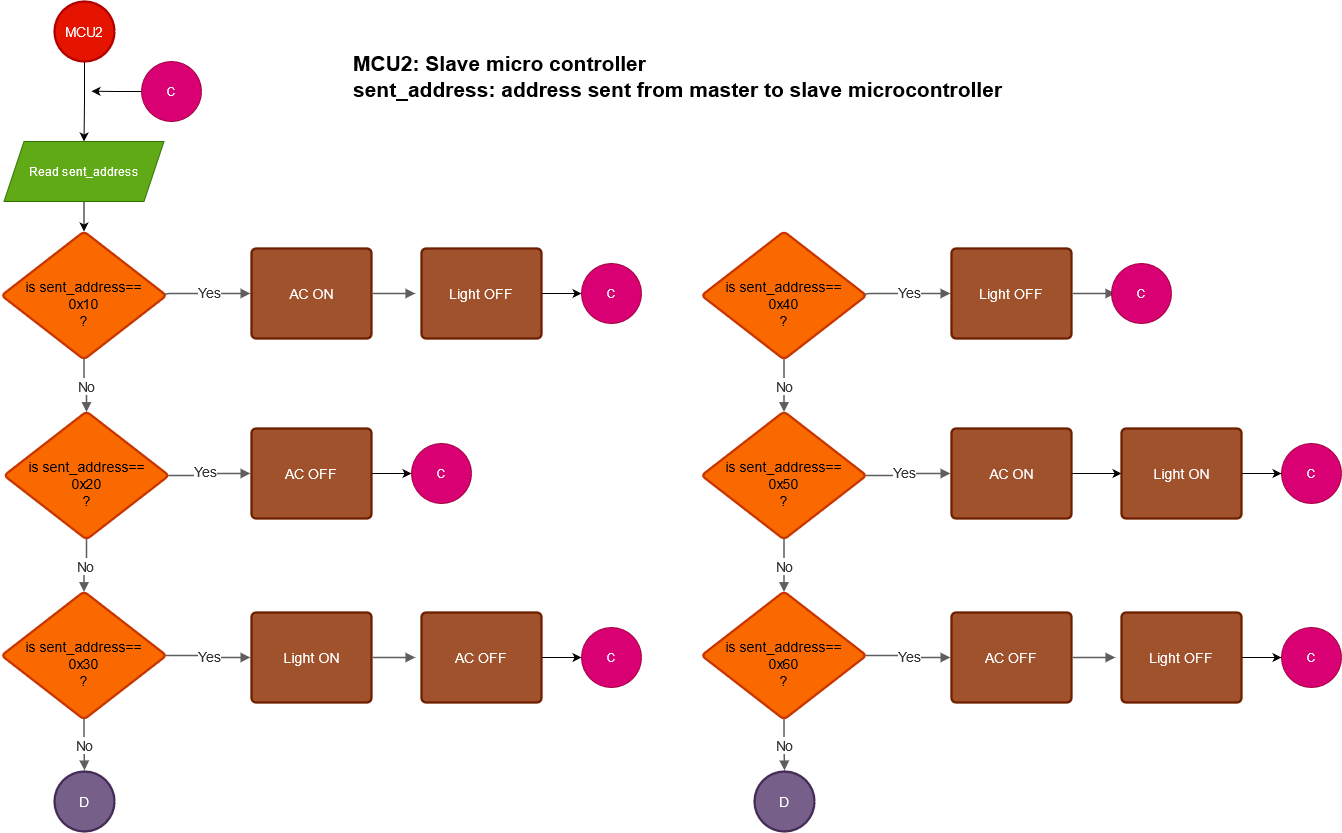
Above: slaveflowchart.png in Orabya/Smart-home (draw.io), before the change. Source tidied: cells renumbered, new cells last; positions are measured from the earlier drawing's top-left corner, leaving out a move shared by most shapes.
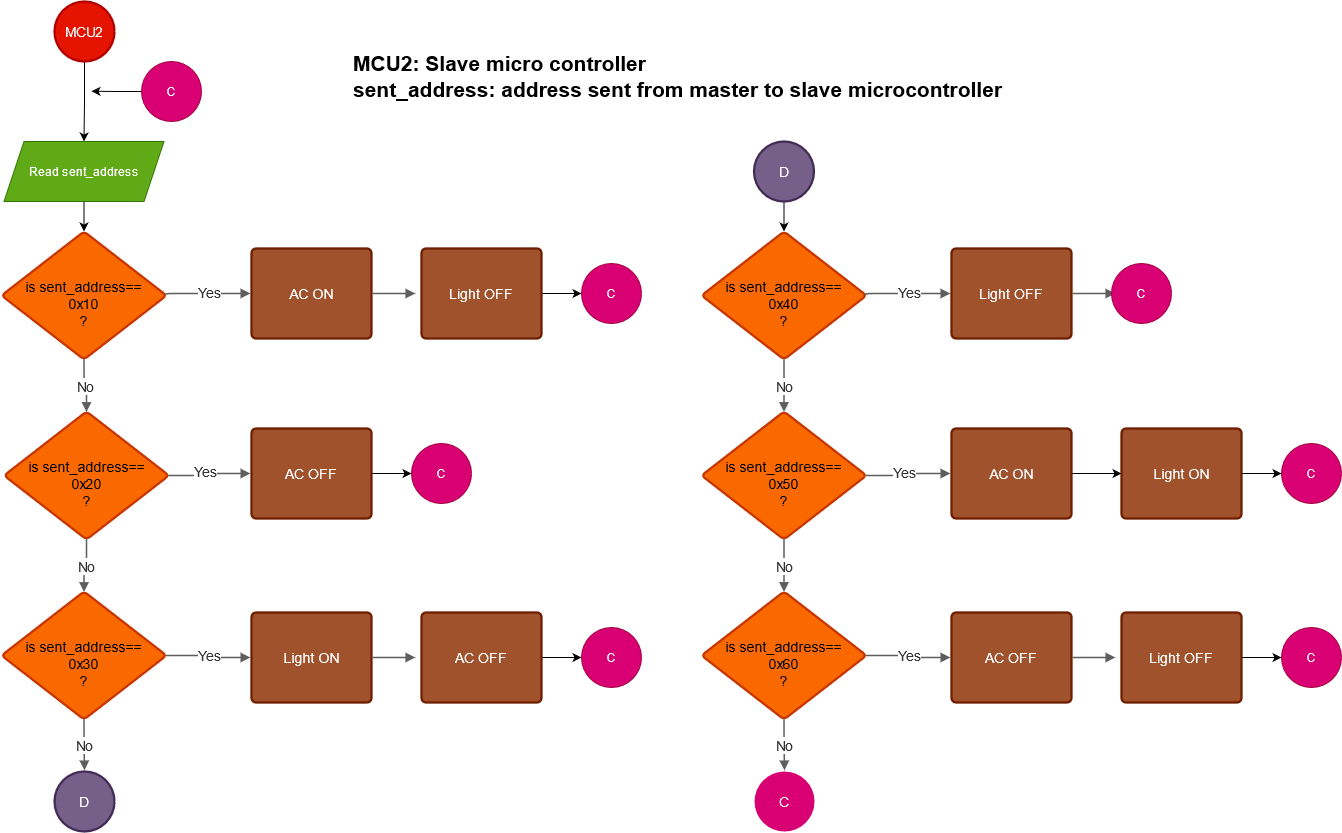
The same file after the commit.

What changed in the source:
```diff
@@ -133,7 +133,7 @@
     <mxCell id="40" value="&lt;div&gt;&lt;br&gt;&lt;/div&gt;&lt;div&gt;is sent_address==&lt;/div&gt;&lt;div&gt;0x60&lt;/div&gt;&lt;div&gt; ?&lt;/div&gt;" style="html=1;overflow=block;blockSpacing=1;whiteSpace=wrap;rhombus;whiteSpace=wrap;fontSize=14;spacing=3.8;strokeOpacity=100;rounded=1;absoluteArcSize=1;arcSize=9;strokeWidth=2.3;fontStyle=0;fillColor=#fa6800;strokeColor=#C73500;fontColor=#000000;" parent="1" vertex="1">
       <mxGeometry x="700" y="590" width="165" height="128" as="geometry" />
     </mxCell>
-    <mxCell id="41" value="D" style="html=1;overflow=block;blockSpacing=1;whiteSpace=wrap;ellipse;whiteSpace=wrap;fontSize=14;spacing=3.8;strokeColor=#432D57;strokeOpacity=100;rounded=1;absoluteArcSize=1;arcSize=9;strokeWidth=2.3;fontStyle=0;fillColor=#76608a;fontColor=#ffffff;" parent="1" vertex="1">
+    <mxCell id="41" value="C" style="html=1;overflow=block;blockSpacing=1;whiteSpace=wrap;ellipse;whiteSpace=wrap;fontSize=14;spacing=3.8;strokeOpacity=100;rounded=1;absoluteArcSize=1;arcSize=9;strokeWidth=2.3;fontStyle=0;fontColor=#ffffff;fillColor=#d80073;strokeColor=none;" parent="1" vertex="1">
       <mxGeometry x="753" y="770" width="60" height="60" as="geometry" />
     </mxCell>
     <mxCell id="42" style="html=1;jettySize=18;whiteSpace=wrap;fontSize=14;fontColor=#333333;fontStyle=0;strokeColor=#5E5E5E;strokeWidth=1.5;rounded=1;arcSize=12;edgeStyle=orthogonalEdgeStyle;startArrow=none;endArrow=block;endFill=1;exitX=0.994;exitY=0.5;exitPerimeter=0;entryX=-0.009;entryY=0.5;entryPerimeter=0;" parent="1" edge="1" source="38" target="44">
@@ -229,5 +229,11 @@
     <mxCell id="68" value="&lt;div style=&quot;font-size: 21px&quot; align=&quot;left&quot;&gt;&lt;font style=&quot;font-size: 21px&quot;&gt;&lt;b&gt;&lt;font style=&quot;font-size: 21px&quot;&gt;MCU2: Slave micro controller&lt;/font&gt;&lt;/b&gt;&lt;/font&gt;&lt;/div&gt;&lt;div style=&quot;font-size: 21px&quot; align=&quot;left&quot;&gt;&lt;font style=&quot;font-size: 21px&quot;&gt;&lt;b&gt;&lt;font style=&quot;font-size: 21px&quot;&gt;sent_address: address sent from master to slave microcontroller&lt;br&gt;&lt;/font&gt;&lt;/b&gt;&lt;/font&gt;&lt;/div&gt;" style="text;html=1;align=left;verticalAlign=middle;strokeColor=none;" parent="1" vertex="1">
       <mxGeometry x="350" y="60" width="660" height="30" as="geometry" />
     </mxCell>
+    <mxCell id="69" style="edgeStyle=orthogonalEdgeStyle;rounded=0;jettySize=auto;html=1;exitX=0.5;exitY=1;exitDx=0;exitDy=0;entryX=0.5;entryY=0;entryDx=0;entryDy=0;" parent="1" edge="1" source="70" target="38">
+      <mxGeometry relative="1" as="geometry" />
+    </mxCell>
+    <mxCell id="70" value="D" style="html=1;overflow=block;blockSpacing=1;whiteSpace=wrap;ellipse;whiteSpace=wrap;fontSize=14;spacing=3.8;strokeColor=#432D57;strokeOpacity=100;rounded=1;absoluteArcSize=1;arcSize=9;strokeWidth=2.3;fontStyle=0;fillColor=#76608a;fontColor=#ffffff;" parent="1" vertex="1">
+      <mxGeometry x="752.5" y="140" width="60" height="60" as="geometry" />
+    </mxCell>
   </root>
 </mxGraphModel>
```
